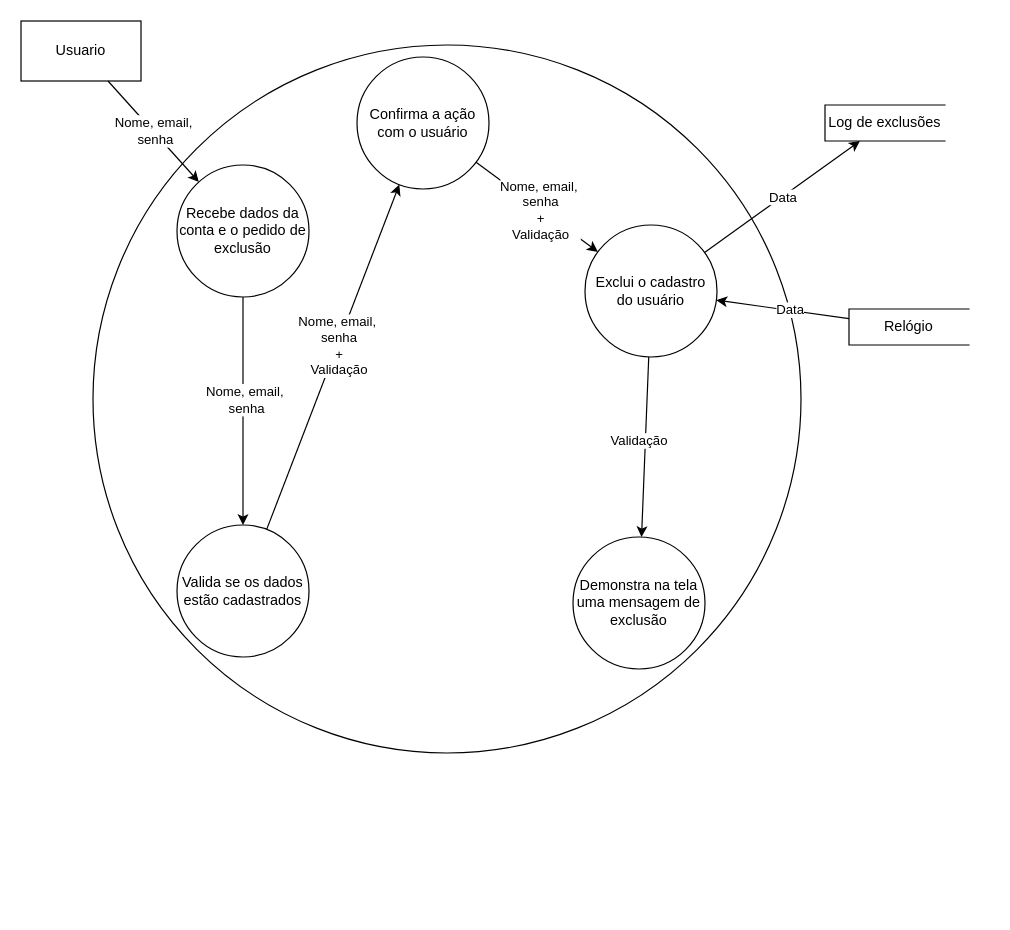
The draw.io diagram page "Exclusão de Usuario" (2 of 6) of documentacao/Diagramas/Ações do Usuário.drawio in Nebul0Ok/SeuPaulo, before the edit. Source tidied: cells renumbered, new cells numbered last; positions are measured from the earlier drawing's top-left corner, leaving out a move shared by most shapes. Both pictures are drawn from the tidied source at 120%, with x=0, y=0 at pixel (20, 20).
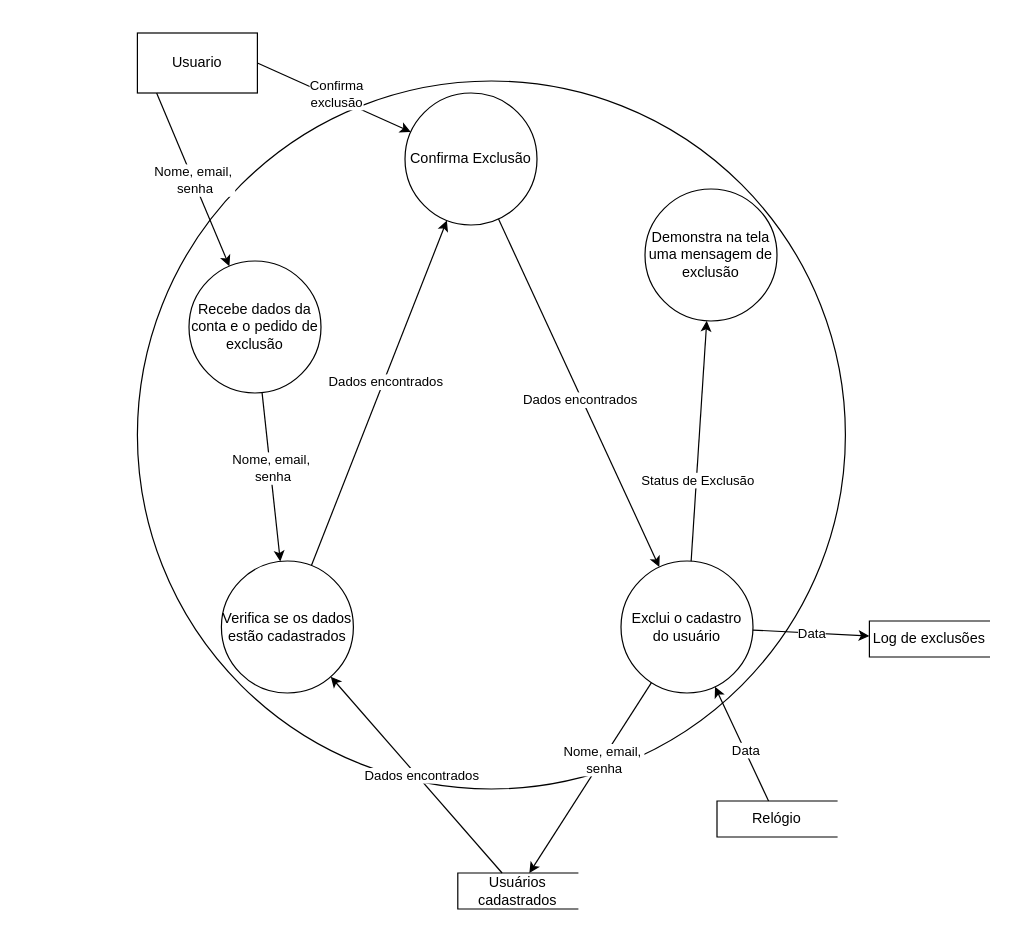
The same diagram, later.

Unchanged cells that the change refers to:
```xml
<mxCell id="13" style="endArrow=classic;html=1;rounded=0;" parent="1" edge="1" source="5" target="6">
  <mxGeometry relative="1" as="geometry" />
</mxCell>
<mxCell id="15" style="endArrow=classic;html=1;rounded=0;" parent="1" edge="1" source="6" target="7">
  <mxGeometry relative="1" as="geometry" />
</mxCell>
<mxCell id="17" style="endArrow=classic;html=1;rounded=0;" parent="1" edge="1" source="7" target="8">
  <mxGeometry relative="1" as="geometry" />
</mxCell>
```

What changed in the source:
```diff
@@
     <mxCell id="2" value="Usuario" style="html=1;dashed=0;whiteSpace=wrap;" parent="1" vertex="1">
-      <mxGeometry width="100" height="50" as="geometry" />
+      <mxGeometry x="97" y="10" width="100" height="50" as="geometry" />
     </mxCell>
     <mxCell id="3" style="shape=ellipse;html=1;dashed=0;whiteSpace=wrap;perimeter=ellipsePerimeter;" parent="1" vertex="1">
-      <mxGeometry x="60" y="20" width="590" height="590" as="geometry" />
+      <mxGeometry x="97" y="50" width="590" height="590" as="geometry" />
     </mxCell>
     <mxCell id="4" value="Recebe dados da conta e o pedido de exclusão" style="shape=ellipse;html=1;dashed=0;whiteSpace=wrap;perimeter=ellipsePerimeter;" parent="1" vertex="1">
-      <mxGeometry x="130" y="120" width="110" height="110" as="geometry" />
+      <mxGeometry x="140" y="200" width="110" height="110" as="geometry" />
     </mxCell>
-    <mxCell id="5" value="Valida se os dados estão cadastrados" style="shape=ellipse;html=1;dashed=0;whiteSpace=wrap;perimeter=ellipsePerimeter;" parent="1" vertex="1">
-      <mxGeometry x="130" y="420" width="110" height="110" as="geometry" />
+    <mxCell id="5" value="Verifica se os dados estão cadastrados" style="shape=ellipse;html=1;dashed=0;whiteSpace=wrap;perimeter=ellipsePerimeter;" parent="1" vertex="1">
+      <mxGeometry x="167" y="450" width="110" height="110" as="geometry" />
     </mxCell>
-    <mxCell id="6" value="Confirma a ação com o usuário" style="shape=ellipse;html=1;dashed=0;whiteSpace=wrap;perimeter=ellipsePerimeter;" parent="1" vertex="1">
-      <mxGeometry x="280" y="30" width="110" height="110" as="geometry" />
+    <mxCell id="6" value="Confirma Exclusão" style="shape=ellipse;html=1;dashed=0;whiteSpace=wrap;perimeter=ellipsePerimeter;" parent="1" vertex="1">
+      <mxGeometry x="320" y="60" width="110" height="110" as="geometry" />
     </mxCell>
     <mxCell id="7" value="Exclui o cadastro do usuário" style="shape=ellipse;html=1;dashed=0;whiteSpace=wrap;perimeter=ellipsePerimeter;" parent="1" vertex="1">
-      <mxGeometry x="470" y="170" width="110" height="110" as="geometry" />
+      <mxGeometry x="500" y="450" width="110" height="110" as="geometry" />
     </mxCell>
     <mxCell id="8" value="Demonstra na tela uma mensagem de exclusão" style="shape=ellipse;html=1;dashed=0;whiteSpace=wrap;perimeter=ellipsePerimeter;" parent="1" vertex="1">
-      <mxGeometry x="460" y="430" width="110" height="110" as="geometry" />
+      <mxGeometry x="520" y="140" width="110" height="110" as="geometry" />
     </mxCell>
-    <mxCell id="9" style="endArrow=classic;html=1;rounded=0;" parent="1" edge="1" source="2" target="4">
+    <mxCell id="9" style="endArrow=classic;html=1;rounded=0;exitX=0.16;exitY=1;exitDx=0;exitDy=0;exitPerimeter=0;" parent="1" edge="1" source="2" target="4">
       <mxGeometry relative="1" as="geometry" />
     </mxCell>
@@
-    <mxCell id="14" value="Nome, email,&amp;nbsp;&lt;div&gt;senha&lt;/div&gt;&lt;div&gt;+&lt;/div&gt;&lt;div&gt;Validação&lt;/div&gt;" style="edgeLabel;html=1;align=center;verticalAlign=middle;" parent="13" vertex="1">
+    <mxCell id="14" value="&lt;div&gt;Dados encontrados&lt;/div&gt;" style="edgeLabel;html=1;align=center;verticalAlign=middle;" parent="13" vertex="1">
       <mxGeometry x="0.07" y="-1" relative="1" as="geometry" />
     </mxCell>
@@
-    <mxCell id="16" value="Nome, email,&amp;nbsp;&lt;div&gt;senha&lt;/div&gt;&lt;div&gt;+&lt;/div&gt;&lt;div&gt;Validação&lt;/div&gt;" style="edgeLabel;html=1;align=center;verticalAlign=middle;" parent="15" vertex="1">
+    <mxCell id="16" value="Dados encontrados" style="edgeLabel;html=1;align=center;verticalAlign=middle;" parent="15" vertex="1">
       <mxGeometry x="0.03" y="-1" relative="1" as="geometry">
-        <mxPoint x="1" as="offset" />
+        <mxPoint x="-1" as="offset" />
       </mxGeometry>
     </mxCell>
@@
-    <mxCell id="18" value="Validação" style="edgeLabel;html=1;align=center;verticalAlign=middle;" parent="17" vertex="1">
+    <mxCell id="18" value="Status de Exclusão" style="edgeLabel;html=1;align=center;verticalAlign=middle;" parent="17" vertex="1">
       <mxGeometry x="-0.21" y="-3" relative="1" as="geometry">
         <mxPoint x="-3" y="11" as="offset" />
       </mxGeometry>
     </mxCell>
     <mxCell id="19" value="Log de exclusões" style="html=1;dashed=0;whiteSpace=wrap;shape=partialRectangle;right=0;" parent="1" vertex="1">
-      <mxGeometry x="670" y="70" width="100" height="30" as="geometry" />
+      <mxGeometry x="707" y="500" width="100" height="30" as="geometry" />
     </mxCell>
@@
     <mxCell id="22" value="Relógio" style="html=1;dashed=0;whiteSpace=wrap;shape=partialRectangle;right=0;" parent="1" vertex="1">
-      <mxGeometry x="690" y="240" width="100" height="30" as="geometry" />
+      <mxGeometry x="580" y="650" width="100" height="30" as="geometry" />
     </mxCell>
@@
+    <mxCell id="25" value="Usuários cadastrados" style="html=1;dashed=0;whiteSpace=wrap;shape=partialRectangle;right=0;" parent="1" vertex="1">
+      <mxGeometry x="364" y="710" width="100" height="30" as="geometry" />
+    </mxCell>
+    <mxCell id="26" style="endArrow=classic;html=1;rounded=0;" parent="1" edge="1" source="25" target="5">
+      <mxGeometry relative="1" as="geometry" />
+    </mxCell>
+    <mxCell id="27" value="Dados encontrados" style="edgeLabel;html=1;align=center;verticalAlign=middle;" parent="26" vertex="1">
+      <mxGeometry x="-0.02" y="-3" relative="1" as="geometry" />
+    </mxCell>
+    <mxCell id="28" style="endArrow=classic;html=1;rounded=0;exitX=1;exitY=0.5;exitDx=0;exitDy=0;" parent="1" edge="1" source="2" target="6">
+      <mxGeometry relative="1" as="geometry" />
+    </mxCell>
+    <mxCell id="29" value="Confirma&lt;br&gt;exclusão" style="edgeLabel;html=1;align=center;verticalAlign=middle;" parent="28" vertex="1">
+      <mxGeometry y="3" relative="1" as="geometry" />
+    </mxCell>
+    <mxCell id="30" style="endArrow=classic;html=1;rounded=0;" parent="1" edge="1" source="7" target="25">
+      <mxGeometry relative="1" as="geometry" />
+    </mxCell>
+    <mxCell id="31" value="Nome, email,&amp;nbsp;&lt;div&gt;senha&lt;/div&gt;" style="edgeLabel;html=1;align=center;verticalAlign=middle;" parent="30" vertex="1">
+      <mxGeometry x="-0.19" y="1" relative="1" as="geometry" />
+    </mxCell>
```
